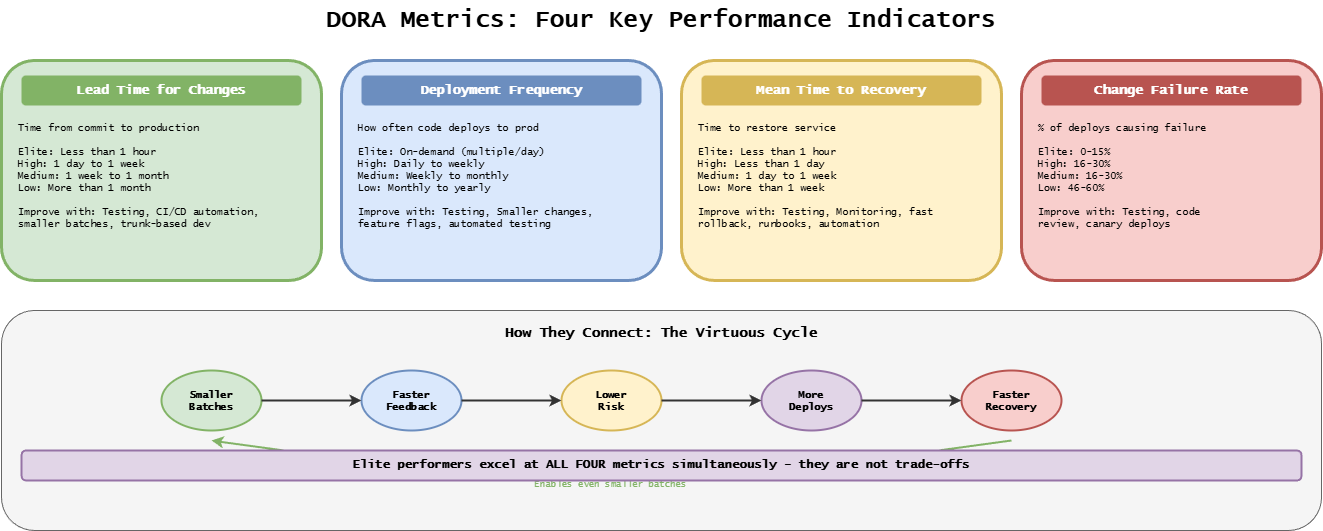
Before: docs/assets/assisted/13-dora-metrics-flow.drawio.png, a diagram exported from draw.io (ready-to-release/eac). Source tidied: cells renumbered, new cells last; positions are measured from the earlier drawing's top-left corner, leaving out a move shared by most shapes.
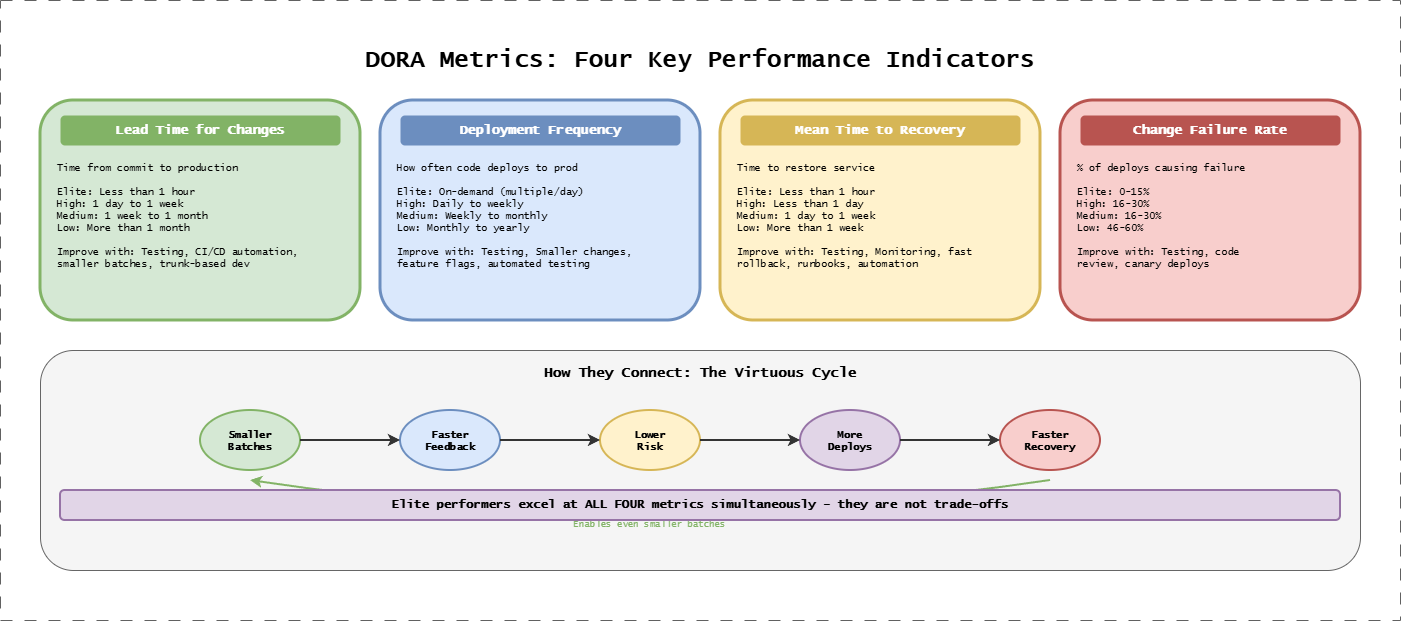
Above is the later version.

Diff of the diagram source:
```diff
@@ -101,5 +101,8 @@
     <mxCell id="28" value="Elite performers excel at ALL FOUR metrics simultaneously - they are not trade-offs" style="text;html=1;fillColor=#e1d5e7;align=center;verticalAlign=middle;whiteSpace=wrap;rounded=1;fontFamily=Lucida Console;fontStyle=1;fontSize=12;strokeColor=#9673a6;strokeWidth=2;" parent="1" vertex="1">
       <mxGeometry x="20" y="450" width="1280" height="30" as="geometry" />
     </mxCell>
+    <mxCell id="29" style="group;strokeColor=#616161;dashed=1;dashPattern=12 12;fontFamily=Lucida Console;fontSize=19;fontStyle=1;" parent="1" vertex="1">
+      <mxGeometry x="-40" y="-40" width="1400" height="620" as="geometry" />
+    </mxCell>
   </root>
 </mxGraphModel>
```
